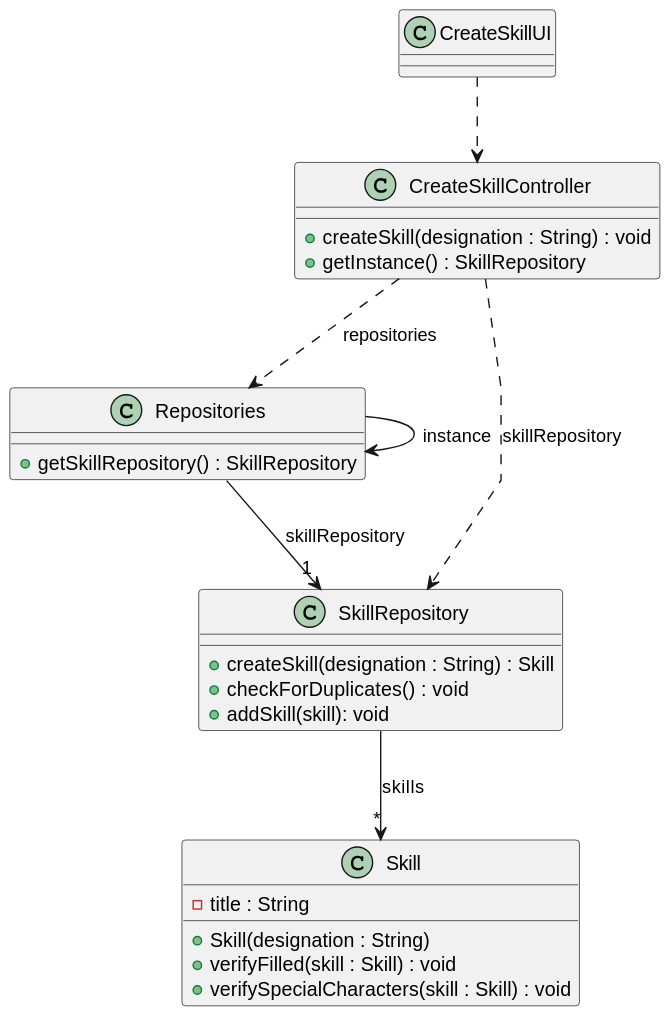
ricardomm7/leaflink keeps this PlantUML diagram as docs/sprintB/us001/03.design/svg/us001-class-diagram.svg. Above is the earlier version. Source of this version:
```plantuml
@startuml
skinparam packageStyle rectangle
skinparam shadowing false
skinparam linetype polyline


class CreateSkillUI {
}

class CreateSkillController {
    +createSkill(designation : String) : void
    +getInstance() : SkillRepository
}

class Repositories {
    +getSkillRepository() : SkillRepository
}

class SkillRepository {
    +createSkill(designation : String) : Skill
    +checkForDuplicates() : void
    +addSkill(skill): void
}

class Skill {
    - title : String
    + Skill(designation : String)
    +verifyFilled(skill : Skill) : void
    +verifySpecialCharacters(skill : Skill) : void
}

CreateSkillUI ..> CreateSkillController
Repositories --> "1" SkillRepository : skillRepository
Repositories --> Repositories : instance
SkillRepository --> "*" Skill : skills
CreateSkillController ..> Repositories : repositories
CreateSkillController ..> SkillRepository : skillRepository
@enduml
```
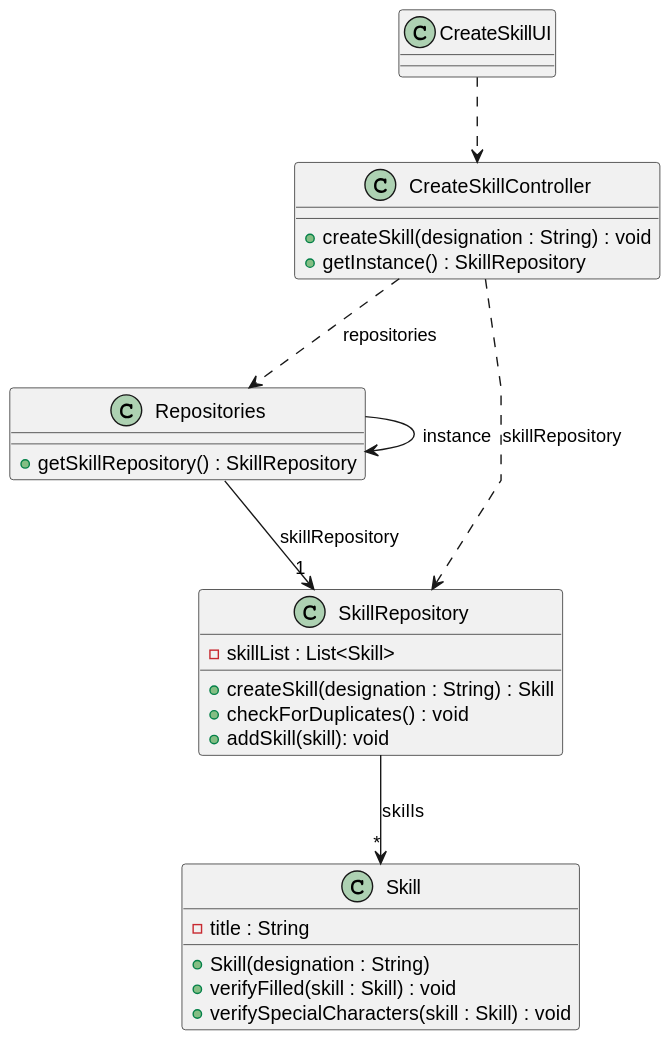
After the change.

Diff of the diagram source:
```diff
@@ -17,6 +17,7 @@
 }
 
 class SkillRepository {
+    - skillList : List<Skill>
     +createSkill(designation : String) : Skill
     +checkForDuplicates() : void
     +addSkill(skill): void
```
